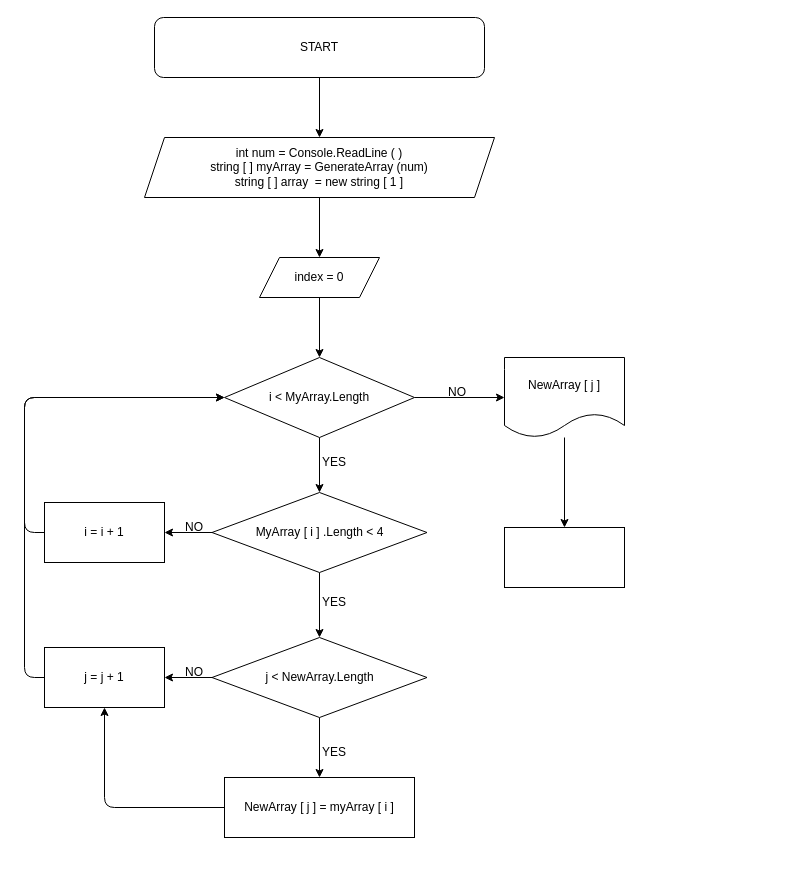
originalenergy98/Practical-task keeps this draw.io diagram as diagram.drawio. Above is the earlier version. Source tidied: cells renumbered, new cells numbered last; positions are measured from the earlier drawing's top-left corner, leaving out a move shared by most shapes. Both pictures are drawn from the tidied source at 100%, with x=0, y=0 at pixel (24, 17).
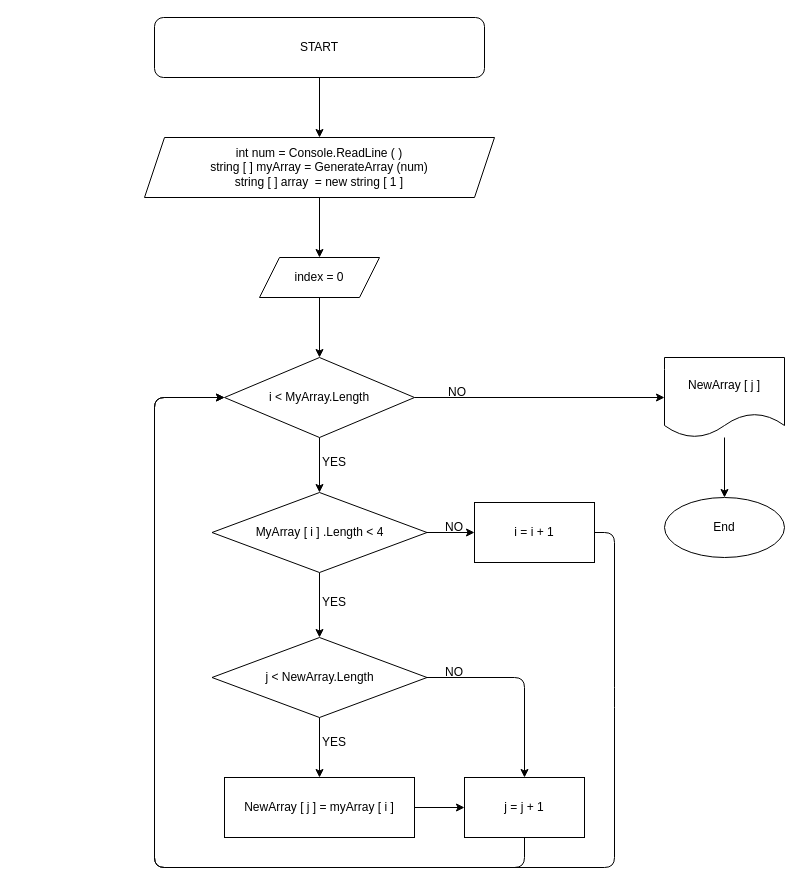
The same page after the edit.

The change refers to these unchanged cells:
```xml
<mxCell id="10" value="i &amp;lt; MyArray.Length" style="rhombus;whiteSpace=wrap;html=1;" parent="1" vertex="1">
  <mxGeometry x="200" y="340" width="190" height="80" as="geometry" />
</mxCell>
<mxCell id="22" value="j &amp;lt; NewArray.Length" style="rhombus;whiteSpace=wrap;html=1;" parent="1" vertex="1">
  <mxGeometry x="187.5" y="620" width="215" height="80" as="geometry" />
</mxCell>
<mxCell id="26" value="NewArray [ j ] = myArray [ i ]" style="whiteSpace=wrap;html=1;" parent="1" vertex="1">
  <mxGeometry x="200" y="760" width="190" height="60" as="geometry" />
</mxCell>
```

Diff of the diagram source:
```diff
@@
-    <mxCell id="14" style="edgeStyle=none;html=1;entryX=0;entryY=0.5;entryDx=0;entryDy=0;" parent="1" edge="1" source="15" target="10">
+    <mxCell id="14" style="edgeStyle=none;html=1;entryX=0;entryY=0.5;entryDx=0;entryDy=0;exitX=1;exitY=0.5;exitDx=0;exitDy=0;" parent="1" edge="1" source="15" target="10">
       <mxGeometry relative="1" as="geometry">
         <Array as="points">
-          <mxPoint y="515" />
-          <mxPoint y="380" />
+          <mxPoint x="590" y="515" />
+          <mxPoint x="590" y="680" />
+          <mxPoint x="590" y="850" />
+          <mxPoint x="130" y="850" />
+          <mxPoint x="130" y="380" />
         </Array>
       </mxGeometry>
     </mxCell>
     <mxCell id="15" value="i = i + 1" style="rounded=0;whiteSpace=wrap;html=1;" parent="1" vertex="1">
-      <mxGeometry x="20" y="485" width="120" height="60" as="geometry" />
+      <mxGeometry x="450" y="485" width="120" height="60" as="geometry" />
     </mxCell>
@@
     <mxCell id="19" value="NO" style="text;html=1;strokeColor=none;fillColor=none;align=center;verticalAlign=middle;whiteSpace=wrap;rounded=0;" parent="1" vertex="1">
-      <mxGeometry x="140" y="495" width="60" height="30" as="geometry" />
+      <mxGeometry x="400" y="495" width="60" height="30" as="geometry" />
     </mxCell>
+    <mxCell id="21" style="edgeStyle=none;html=1;" parent="1" edge="1" source="22" target="26">
+      <mxGeometry relative="1" as="geometry" />
+    </mxCell>
-    <mxCell id="20" style="edgeStyle=none;html=1;startArrow=none;entryX=1;entryY=0.5;entryDx=0;entryDy=0;exitX=0;exitY=0.5;exitDx=0;exitDy=0;" parent="1" edge="1" source="22" target="24">
-      <mxGeometry relative="1" as="geometry" />
+    <mxCell id="20" style="edgeStyle=none;html=1;entryX=0.5;entryY=0;entryDx=0;entryDy=0;" parent="1" edge="1" source="22" target="24">
+      <mxGeometry relative="1" as="geometry">
+        <Array as="points">
+          <mxPoint x="500" y="660" />
+        </Array>
+      </mxGeometry>
     </mxCell>
-    <mxCell id="21" style="edgeStyle=none;html=1;" parent="1" edge="1" source="22" target="26">
-      <mxGeometry relative="1" as="geometry" />
-    </mxCell>
@@
-    <mxCell id="23" style="edgeStyle=none;html=1;exitX=0;exitY=0.5;exitDx=0;exitDy=0;" parent="1" edge="1" source="24">
+    <mxCell id="23" style="edgeStyle=none;html=1;exitX=0.5;exitY=1;exitDx=0;exitDy=0;" parent="1" edge="1" source="24">
       <mxGeometry relative="1" as="geometry">
         <mxPoint x="200" y="380" as="targetPoint" />
         <Array as="points">
-          <mxPoint y="660" />
-          <mxPoint y="380" />
+          <mxPoint x="500" y="850" />
+          <mxPoint x="130" y="850" />
+          <mxPoint x="130" y="380" />
         </Array>
       </mxGeometry>
     </mxCell>
     <mxCell id="24" value="j = j + 1" style="rounded=0;whiteSpace=wrap;html=1;" parent="1" vertex="1">
-      <mxGeometry x="20" y="630" width="120" height="60" as="geometry" />
+      <mxGeometry x="440" y="760" width="120" height="60" as="geometry" />
     </mxCell>
-    <mxCell id="25" style="edgeStyle=none;html=1;entryX=0.5;entryY=1;entryDx=0;entryDy=0;" parent="1" edge="1" source="26" target="24">
+    <mxCell id="25" style="edgeStyle=none;html=1;entryX=0;entryY=0.5;entryDx=0;entryDy=0;" parent="1" edge="1" target="24">
       <mxGeometry relative="1" as="geometry">
-        <Array as="points">
-          <mxPoint x="80" y="790" />
-        </Array>
+        <mxPoint x="390" y="790" as="sourcePoint" />
       </mxGeometry>
     </mxCell>
@@
+    <mxCell id="28" value="YES" style="text;html=1;strokeColor=none;fillColor=none;align=center;verticalAlign=middle;whiteSpace=wrap;rounded=0;" parent="1" vertex="1">
+      <mxGeometry x="280" y="710" width="60" height="30" as="geometry" />
+    </mxCell>
+    <mxCell id="32" style="edgeStyle=none;html=1;" parent="1" edge="1" source="30" target="33">
+      <mxGeometry relative="1" as="geometry" />
+    </mxCell>
+    <mxCell id="30" value="NewArray [ j ]" style="shape=document;whiteSpace=wrap;html=1;boundedLbl=1;" parent="1" vertex="1">
+      <mxGeometry x="640" y="340" width="120" height="80" as="geometry" />
+    </mxCell>
+    <mxCell id="33" value="End" style="ellipse;whiteSpace=wrap;html=1;" parent="1" vertex="1">
+      <mxGeometry x="640" y="480" width="120" height="60" as="geometry" />
+    </mxCell>
     <mxCell id="27" value="NO" style="text;html=1;strokeColor=none;fillColor=none;align=center;verticalAlign=middle;whiteSpace=wrap;rounded=0;" parent="1" vertex="1">
-      <mxGeometry x="140" y="640" width="60" height="30" as="geometry" />
+      <mxGeometry x="400" y="640" width="60" height="30" as="geometry" />
     </mxCell>
-    <mxCell id="28" value="YES" style="text;html=1;strokeColor=none;fillColor=none;align=center;verticalAlign=middle;whiteSpace=wrap;rounded=0;" parent="1" vertex="1">
-      <mxGeometry x="280" y="720" width="60" height="30" as="geometry" />
-    </mxCell>
-    <mxCell id="29" style="edgeStyle=none;html=1;" parent="1" edge="1" source="30" target="31">
-      <mxGeometry relative="1" as="geometry" />
-    </mxCell>
-    <mxCell id="30" value="NewArray [ j ]" style="shape=document;whiteSpace=wrap;html=1;boundedLbl=1;" parent="1" vertex="1">
-      <mxGeometry x="480" y="340" width="120" height="80" as="geometry" />
-    </mxCell>
-    <mxCell id="31" style="whiteSpace=wrap;html=1;" parent="1" vertex="1">
-      <mxGeometry x="480" y="510" width="120" height="60" as="geometry" />
-    </mxCell>
```
